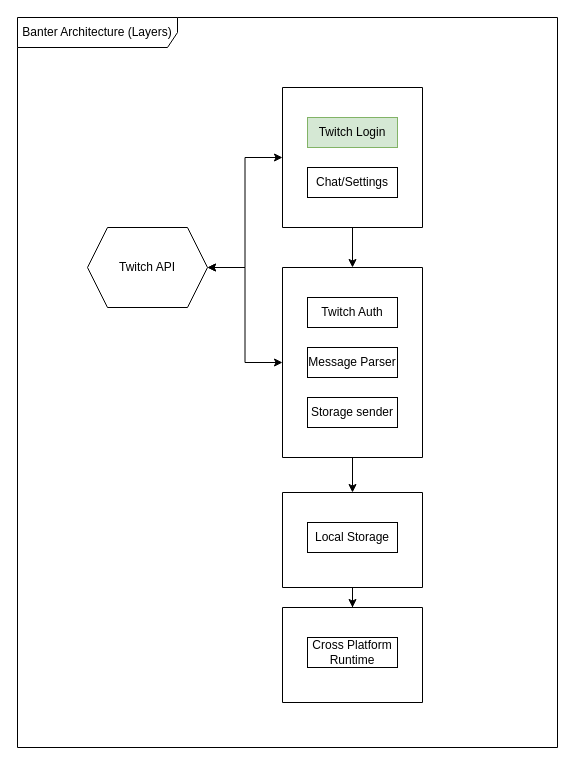
The draw.io diagram Banter-Arch.drawio in bandistack/Banter, before the edit. Source tidied: cells renumbered, new cells numbered last; positions are measured from the earlier drawing's top-left corner, leaving out a move shared by most shapes. Both pictures are drawn from the tidied source at 100%, with x=0, y=0 at pixel (17, 17).
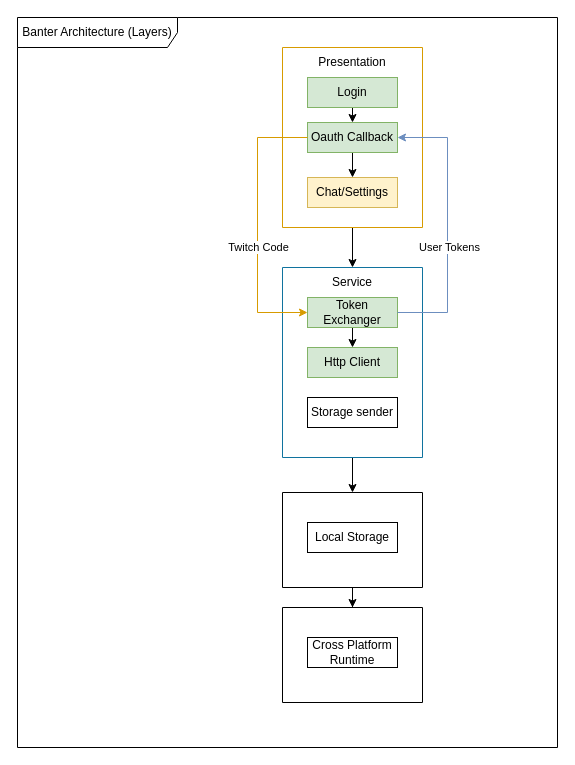
After the change.

The change refers to these unchanged cells:
```xml
<mxCell id="2" value="Banter Architecture (Layers)" style="shape=umlFrame;whiteSpace=wrap;html=1;width=160;" parent="1" vertex="1">
  <mxGeometry width="540" height="730" as="geometry" />
</mxCell>
```

Change to the diagram source:
```diff
@@
-    <mxCell id="4" style="edgeStyle=orthogonalEdgeStyle;rounded=0;jettySize=auto;html=1;exitX=0;exitY=0.5;exitDx=0;exitDy=0;startArrow=classic;startFill=1;" parent="2" edge="1" source="5" target="17">
-      <mxGeometry relative="1" as="geometry" />
-    </mxCell>
-    <mxCell id="5" style="swimlane;startSize=0;" parent="2" vertex="1">
-      <mxGeometry x="265" y="70" width="140" height="140" as="geometry" />
+    <mxCell id="5" style="swimlane;startSize=0;fillColor=#ffcd28;gradientColor=#ffa500;strokeColor=#d79b00;" parent="2" vertex="1">
+      <mxGeometry x="265" y="30" width="140" height="180" as="geometry" />
     </mxCell>
+    <mxCell id="20" style="edgeStyle=orthogonalEdgeStyle;rounded=0;jettySize=auto;html=1;exitX=0.5;exitY=1;exitDx=0;exitDy=0;entryX=0.5;entryY=0;entryDx=0;entryDy=0;" parent="5" edge="1" source="6" target="23">
+      <mxGeometry relative="1" as="geometry" />
+    </mxCell>
-    <mxCell id="6" value="Twitch Login" style="rounded=0;whiteSpace=wrap;html=1;fillColor=#d5e8d4;strokeColor=#82b366;" parent="5" vertex="1">
+    <mxCell id="6" value="Login" style="rounded=0;whiteSpace=wrap;html=1;fillColor=#d5e8d4;strokeColor=#82b366;" parent="5" vertex="1">
       <mxGeometry x="25" y="30" width="90" height="30" as="geometry" />
     </mxCell>
-    <mxCell id="7" value="Chat/Settings" style="rounded=0;whiteSpace=wrap;html=1;" parent="5" vertex="1">
-      <mxGeometry x="25" y="80" width="90" height="30" as="geometry" />
+    <mxCell id="7" value="Chat/Settings" style="rounded=0;whiteSpace=wrap;html=1;fillColor=#fff2cc;strokeColor=#d6b656;" parent="5" vertex="1">
+      <mxGeometry x="25" y="130" width="90" height="30" as="geometry" />
     </mxCell>
+    <mxCell id="21" value="Presentation" style="text;html=1;whiteSpace=wrap;strokeColor=none;fillColor=none;align=center;verticalAlign=middle;rounded=0;" parent="5" vertex="1">
+      <mxGeometry x="40" width="60" height="30" as="geometry" />
+    </mxCell>
+    <mxCell id="22" style="edgeStyle=orthogonalEdgeStyle;rounded=0;jettySize=auto;html=1;exitX=0.5;exitY=1;exitDx=0;exitDy=0;entryX=0.5;entryY=0;entryDx=0;entryDy=0;" parent="5" edge="1" source="23" target="7">
+      <mxGeometry relative="1" as="geometry" />
+    </mxCell>
+    <mxCell id="23" value="Oauth Callback" style="rounded=0;whiteSpace=wrap;html=1;fillColor=#d5e8d4;strokeColor=#82b366;" parent="5" vertex="1">
+      <mxGeometry x="25" y="75" width="90" height="30" as="geometry" />
+    </mxCell>
@@
-    <mxCell id="9" style="edgeStyle=orthogonalEdgeStyle;rounded=0;jettySize=auto;html=1;startArrow=classic;startFill=1;" parent="2" edge="1" source="10" target="17">
-      <mxGeometry relative="1" as="geometry" />
-    </mxCell>
-    <mxCell id="10" style="swimlane;startSize=0;" parent="2" vertex="1">
+    <mxCell id="10" style="swimlane;startSize=0;fillColor=#b1ddf0;strokeColor=#10739e;" parent="2" vertex="1">
       <mxGeometry x="265" y="250" width="140" height="190" as="geometry" />
     </mxCell>
+    <mxCell id="24" style="edgeStyle=orthogonalEdgeStyle;rounded=0;jettySize=auto;html=1;exitX=0.5;exitY=1;exitDx=0;exitDy=0;entryX=0.5;entryY=0;entryDx=0;entryDy=0;" parent="10" edge="1" source="11" target="12">
+      <mxGeometry relative="1" as="geometry" />
+    </mxCell>
-    <mxCell id="11" value="Twitch Auth" style="rounded=0;whiteSpace=wrap;html=1;" parent="10" vertex="1">
+    <mxCell id="11" value="Token Exchanger" style="rounded=0;whiteSpace=wrap;html=1;fillColor=#d5e8d4;strokeColor=#82b366;" parent="10" vertex="1">
       <mxGeometry x="25" y="30" width="90" height="30" as="geometry" />
     </mxCell>
-    <mxCell id="12" value="Message Parser" style="rounded=0;whiteSpace=wrap;html=1;" parent="10" vertex="1">
+    <mxCell id="12" value="Http Client" style="rounded=0;whiteSpace=wrap;html=1;fillColor=#d5e8d4;strokeColor=#82b366;" parent="10" vertex="1">
       <mxGeometry x="25" y="80" width="90" height="30" as="geometry" />
     </mxCell>
@@
+    <mxCell id="25" value="Service" style="text;html=1;whiteSpace=wrap;strokeColor=none;fillColor=none;align=center;verticalAlign=middle;rounded=0;" parent="10" vertex="1">
+      <mxGeometry x="40" width="60" height="30" as="geometry" />
+    </mxCell>
@@
-    <mxCell id="17" value="Twitch API" style="shape=hexagon;perimeter=hexagonPerimeter2;whiteSpace=wrap;html=1;fixedSize=1;" parent="2" vertex="1">
-      <mxGeometry x="70" y="210" width="120" height="80" as="geometry" />
-    </mxCell>
@@
+    <mxCell id="26" style="edgeStyle=orthogonalEdgeStyle;rounded=0;jettySize=auto;html=1;exitX=0;exitY=0.5;exitDx=0;exitDy=0;entryX=0;entryY=0.5;entryDx=0;entryDy=0;fillColor=#ffcd28;gradientColor=#ffa500;strokeColor=#d79b00;" parent="2" edge="1" source="23" target="11">
+      <mxGeometry relative="1" as="geometry">
+        <Array as="points">
+          <mxPoint x="240" y="120" />
+          <mxPoint x="240" y="295" />
+        </Array>
+      </mxGeometry>
+    </mxCell>
+    <mxCell id="27" value="Twitch Code" style="edgeLabel;html=1;align=center;verticalAlign=middle;" parent="26" vertex="1">
+      <mxGeometry x="-0.11" relative="1" as="geometry">
+        <mxPoint y="37" as="offset" />
+      </mxGeometry>
+    </mxCell>
+    <mxCell id="28" style="edgeStyle=orthogonalEdgeStyle;rounded=0;jettySize=auto;html=1;exitX=1;exitY=0.5;exitDx=0;exitDy=0;entryX=1;entryY=0.5;entryDx=0;entryDy=0;fillColor=#dae8fc;strokeColor=#6c8ebf;" parent="2" edge="1" source="11" target="23">
+      <mxGeometry relative="1" as="geometry">
+        <Array as="points">
+          <mxPoint x="430" y="295" />
+          <mxPoint x="430" y="120" />
+        </Array>
+      </mxGeometry>
+    </mxCell>
+    <mxCell id="29" value="User Tokens" style="edgeLabel;html=1;align=center;verticalAlign=middle;" parent="28" vertex="1">
+      <mxGeometry x="0.04" y="-1" relative="1" as="geometry">
+        <mxPoint y="27" as="offset" />
+      </mxGeometry>
+    </mxCell>
```
